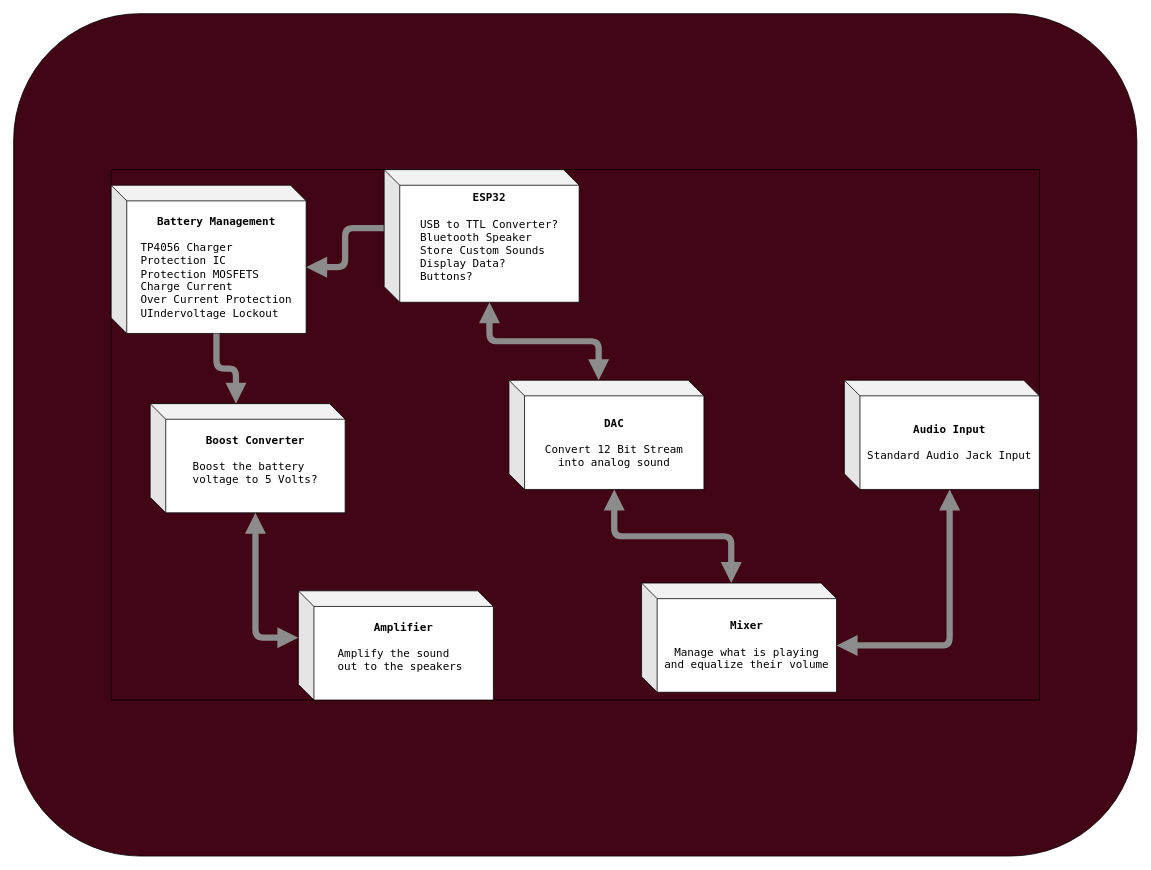
The draw.io diagram Hardware Files/Documentation/system_diagram.drawio in stasiselectronics/ESP32Stereo, before the edit. Source tidied: cells renumbered, new cells numbered last; positions are measured from the earlier drawing's top-left corner, leaving out a move shared by most shapes. Both pictures are drawn from the tidied source at 78%, with x=0, y=0 at pixel (13, 13).
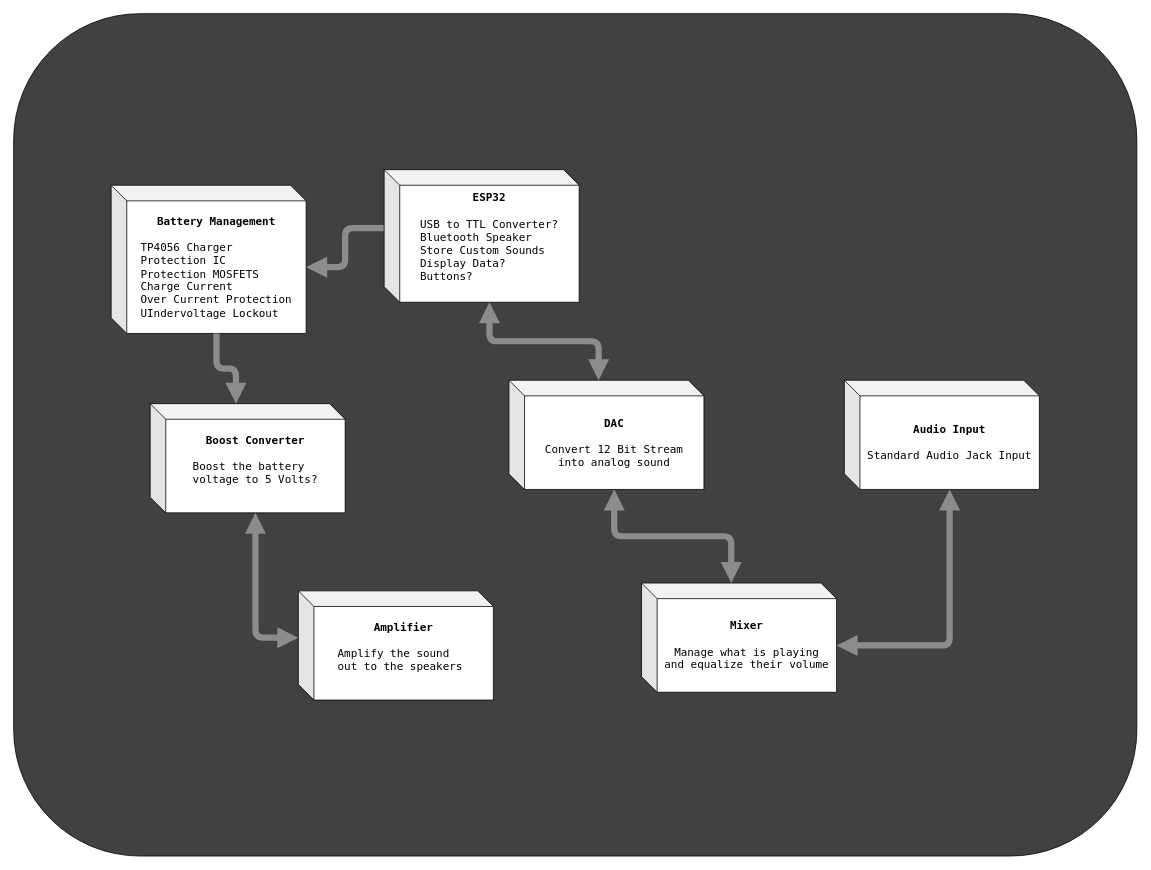
The same diagram, later.

Diff of the diagram source:
```diff
@@
 <mxGraphModel>
   <root>
     <mxCell id="0" />
     <mxCell id="1" parent="0" />
-    <mxCell id="2" style="rounded=1;whiteSpace=wrap;html=1;fillColor=#420516;" parent="1" vertex="1">
+    <mxCell id="2" style="rounded=1;whiteSpace=wrap;html=1;fillColor=#424142;" parent="1" vertex="1">
       <mxGeometry width="1440" height="1080" as="geometry" />
     </mxCell>
-    <mxCell id="3" style="group;strokeColor=#000000;shadow=0;" parent="1" vertex="1">
+    <mxCell id="3" style="group;shadow=0;" parent="1" vertex="1">
       <mxGeometry x="125" y="200" width="1190" height="680" as="geometry" />
     </mxCell>
     <mxCell id="4" value="&lt;b style=&quot;font-size: 14px&quot;&gt;&lt;font face=&quot;Lucida Console&quot; style=&quot;font-size: 14px&quot;&gt;Battery Management&lt;br&gt;&lt;br&gt;&lt;div style=&quot;text-align: left&quot;&gt;&lt;span style=&quot;font-weight: normal&quot;&gt;TP4056 Charger&lt;/span&gt;&lt;/div&gt;&lt;/font&gt;&lt;/b&gt;&lt;div style=&quot;text-align: left ; font-size: 14px&quot;&gt;&lt;span&gt;&lt;font face=&quot;Lucida Console&quot; style=&quot;font-size: 14px&quot;&gt;Protection IC&lt;/font&gt;&lt;/span&gt;&lt;/div&gt;&lt;div style=&quot;text-align: left ; font-size: 14px&quot;&gt;&lt;span&gt;&lt;font face=&quot;Lucida Console&quot; style=&quot;font-size: 14px&quot;&gt;Protection MOSFETS&lt;/font&gt;&lt;/span&gt;&lt;/div&gt;&lt;div style=&quot;text-align: left ; font-size: 14px&quot;&gt;&lt;span&gt;&lt;font face=&quot;Lucida Console&quot; style=&quot;font-size: 14px&quot;&gt;Charge Current&lt;/font&gt;&lt;/span&gt;&lt;/div&gt;&lt;div style=&quot;text-align: left ; font-size: 14px&quot;&gt;&lt;span&gt;&lt;font face=&quot;Lucida Console&quot; style=&quot;font-size: 14px&quot;&gt;Over Current Protection&lt;/font&gt;&lt;/span&gt;&lt;/div&gt;&lt;div style=&quot;text-align: left ; font-size: 14px&quot;&gt;&lt;span&gt;&lt;font face=&quot;Lucida Console&quot; style=&quot;font-size: 14px&quot;&gt;UIndervoltage Lockout&lt;/font&gt;&lt;/span&gt;&lt;/div&gt;" style="shape=cube;whiteSpace=wrap;html=1;boundedLbl=1;backgroundOutline=1;darkOpacity=0.05;darkOpacity2=0.1;" parent="3" vertex="1">
       <mxGeometry y="20" width="250" height="190" as="geometry" />
     </mxCell>
     <mxCell id="5" style="edgeStyle=orthogonalEdgeStyle;rounded=1;jumpSize=6;jettySize=auto;html=1;exitX=0;exitY=0;exitDx=0;exitDy=75;exitPerimeter=0;entryX=0;entryY=0;entryDx=250;entryDy=105;entryPerimeter=0;endArrow=block;endFill=1;strokeColor=#8C8C8C;strokeWidth=8;" parent="3" edge="1" source="6" target="4">
       <mxGeometry relative="1" as="geometry" />
     </mxCell>
     <mxCell id="6" value="&lt;span style=&quot;text-align: left ; font-size: 14px ; font-family: &amp;#34;lucida console&amp;#34;&quot;&gt;&lt;b&gt;ESP32&lt;br&gt;&lt;/b&gt;&lt;/span&gt;&lt;span style=&quot;text-align: left ; font-size: 14px ; font-family: &amp;#34;lucida console&amp;#34;&quot;&gt;&lt;b&gt;&lt;br&gt;&lt;/b&gt;&lt;/span&gt;&lt;div style=&quot;text-align: left ; font-size: 14px&quot;&gt;&lt;font face=&quot;Lucida Console&quot;&gt;USB to TTL Converter?&lt;/font&gt;&lt;/div&gt;&lt;div style=&quot;text-align: left ; font-size: 14px&quot;&gt;&lt;font face=&quot;Lucida Console&quot;&gt;Bluetooth Speaker&lt;/font&gt;&lt;/div&gt;&lt;div style=&quot;text-align: left ; font-size: 14px&quot;&gt;&lt;font face=&quot;Lucida Console&quot;&gt;Store Custom Sounds&lt;/font&gt;&lt;/div&gt;&lt;div style=&quot;text-align: left ; font-size: 14px&quot;&gt;&lt;font face=&quot;Lucida Console&quot;&gt;Display Data?&lt;/font&gt;&lt;/div&gt;&lt;div style=&quot;text-align: left ; font-size: 14px&quot;&gt;&lt;font face=&quot;Lucida Console&quot;&gt;Buttons?&lt;/font&gt;&lt;/div&gt;&lt;div style=&quot;text-align: left ; font-size: 14px&quot;&gt;&lt;font face=&quot;Lucida Console&quot;&gt;&lt;br&gt;&lt;/font&gt;&lt;/div&gt;" style="shape=cube;whiteSpace=wrap;html=1;boundedLbl=1;backgroundOutline=1;darkOpacity=0.05;darkOpacity2=0.1;" parent="3" vertex="1">
       <mxGeometry x="350" width="250" height="170" as="geometry" />
     </mxCell>
     <mxCell id="7" value="&lt;font face=&quot;lucida console&quot;&gt;&lt;span style=&quot;font-size: 14px&quot;&gt;&lt;b&gt;Boost Converter&lt;br&gt;&lt;br&gt;&lt;/b&gt;&lt;/span&gt;&lt;/font&gt;&lt;div style=&quot;text-align: left ; font-size: 14px&quot;&gt;&lt;font face=&quot;Lucida Console&quot;&gt;Boost the battery&lt;/font&gt;&lt;/div&gt;&lt;div style=&quot;text-align: left ; font-size: 14px&quot;&gt;&lt;font face=&quot;Lucida Console&quot;&gt;voltage to 5 Volts?&lt;/font&gt;&lt;/div&gt;&lt;div style=&quot;text-align: left ; font-size: 14px&quot;&gt;&lt;font face=&quot;Lucida Console&quot;&gt;&lt;br&gt;&lt;/font&gt;&lt;/div&gt;" style="shape=cube;whiteSpace=wrap;html=1;boundedLbl=1;backgroundOutline=1;darkOpacity=0.05;darkOpacity2=0.1;" parent="3" vertex="1">
       <mxGeometry x="50" y="300" width="250" height="140" as="geometry" />
     </mxCell>
     <mxCell id="8" style="edgeStyle=orthogonalEdgeStyle;rounded=1;jumpSize=6;jettySize=auto;html=1;exitX=0;exitY=0;exitDx=135;exitDy=190;exitPerimeter=0;entryX=0;entryY=0;entryDx=110;entryDy=0;entryPerimeter=0;endArrow=block;endFill=1;strokeColor=#8C8C8C;strokeWidth=8;" parent="3" edge="1" source="4" target="7">
       <mxGeometry relative="1" as="geometry" />
     </mxCell>
     <mxCell id="9" value="&lt;font face=&quot;lucida console&quot;&gt;&lt;span style=&quot;font-size: 14px&quot;&gt;&lt;b&gt;Amplifier&lt;br&gt;&lt;br&gt;&lt;/b&gt;&lt;/span&gt;&lt;/font&gt;&lt;div style=&quot;text-align: left ; font-size: 14px&quot;&gt;&lt;font face=&quot;Lucida Console&quot;&gt;Amplify the sound&lt;/font&gt;&lt;/div&gt;&lt;div style=&quot;text-align: left ; font-size: 14px&quot;&gt;&lt;font face=&quot;Lucida Console&quot;&gt;out to the speakers&amp;nbsp;&lt;/font&gt;&lt;/div&gt;&lt;div style=&quot;text-align: left ; font-size: 14px&quot;&gt;&lt;font face=&quot;Lucida Console&quot;&gt;&lt;br&gt;&lt;/font&gt;&lt;/div&gt;" style="shape=cube;whiteSpace=wrap;html=1;boundedLbl=1;backgroundOutline=1;darkOpacity=0.05;darkOpacity2=0.1;" parent="3" vertex="1">
       <mxGeometry x="240" y="540" width="250" height="140" as="geometry" />
     </mxCell>
     <mxCell id="10" style="edgeStyle=orthogonalEdgeStyle;rounded=1;jumpSize=6;jettySize=auto;html=1;exitX=0;exitY=0;exitDx=135;exitDy=140;exitPerimeter=0;entryX=0;entryY=0;entryDx=0;entryDy=60;entryPerimeter=0;startArrow=block;startFill=1;endArrow=block;endFill=1;strokeColor=#8C8C8C;strokeWidth=8;" parent="3" edge="1" source="7" target="9">
       <mxGeometry relative="1" as="geometry" />
     </mxCell>
     <mxCell id="11" value="&lt;font face=&quot;lucida console&quot;&gt;&lt;span style=&quot;font-size: 14px&quot;&gt;&lt;b&gt;DAC&lt;/b&gt;&lt;br&gt;&lt;br&gt;Convert 12 Bit Stream&lt;br&gt;into analog sound&lt;br&gt;&lt;/span&gt;&lt;/font&gt;" style="shape=cube;whiteSpace=wrap;html=1;boundedLbl=1;backgroundOutline=1;darkOpacity=0.05;darkOpacity2=0.1;" parent="3" vertex="1">
       <mxGeometry x="510" y="270" width="250" height="140" as="geometry" />
     </mxCell>
     <mxCell id="12" style="edgeStyle=orthogonalEdgeStyle;rounded=1;jumpSize=6;jettySize=auto;html=1;exitX=0;exitY=0;exitDx=135;exitDy=170;exitPerimeter=0;entryX=0;entryY=0;entryDx=115;entryDy=0;entryPerimeter=0;startArrow=block;startFill=1;endArrow=block;endFill=1;strokeColor=#8C8C8C;strokeWidth=8;" parent="3" edge="1" source="6" target="11">
       <mxGeometry relative="1" as="geometry" />
     </mxCell>
     <mxCell id="13" value="&lt;font face=&quot;lucida console&quot;&gt;&lt;span style=&quot;font-size: 14px&quot;&gt;&lt;b&gt;Mixer&lt;/b&gt;&lt;br&gt;&lt;br&gt;Manage what is playing &lt;br&gt;and equalize their volume&lt;br&gt;&lt;/span&gt;&lt;/font&gt;" style="shape=cube;whiteSpace=wrap;html=1;boundedLbl=1;backgroundOutline=1;darkOpacity=0.05;darkOpacity2=0.1;" parent="3" vertex="1">
       <mxGeometry x="680" y="530" width="250" height="140" as="geometry" />
     </mxCell>
     <mxCell id="14" style="edgeStyle=orthogonalEdgeStyle;rounded=1;jumpSize=6;jettySize=auto;html=1;exitX=0;exitY=0;exitDx=135;exitDy=140;exitPerimeter=0;entryX=0;entryY=0;entryDx=115;entryDy=0;entryPerimeter=0;startArrow=block;startFill=1;endArrow=block;endFill=1;strokeColor=#8C8C8C;strokeWidth=8;" parent="3" edge="1" source="11" target="13">
       <mxGeometry relative="1" as="geometry" />
     </mxCell>
     <mxCell id="15" value="&lt;font face=&quot;lucida console&quot;&gt;&lt;span style=&quot;font-size: 14px&quot;&gt;&lt;b&gt;Audio Input&lt;/b&gt;&lt;br&gt;&lt;br&gt;Standard Audio Jack Input&lt;br&gt;&lt;/span&gt;&lt;/font&gt;" style="shape=cube;whiteSpace=wrap;html=1;boundedLbl=1;backgroundOutline=1;darkOpacity=0.05;darkOpacity2=0.1;" parent="3" vertex="1">
       <mxGeometry x="940" y="270" width="250" height="140" as="geometry" />
     </mxCell>
     <mxCell id="16" style="edgeStyle=orthogonalEdgeStyle;rounded=1;jumpSize=6;jettySize=auto;html=1;exitX=0;exitY=0;exitDx=250;exitDy=80;exitPerimeter=0;entryX=0;entryY=0;entryDx=135;entryDy=140;entryPerimeter=0;startArrow=block;startFill=1;endArrow=block;endFill=1;strokeColor=#8C8C8C;strokeWidth=8;" parent="3" edge="1" source="13" target="15">
       <mxGeometry relative="1" as="geometry" />
     </mxCell>
   </root>
 </mxGraphModel>
```
